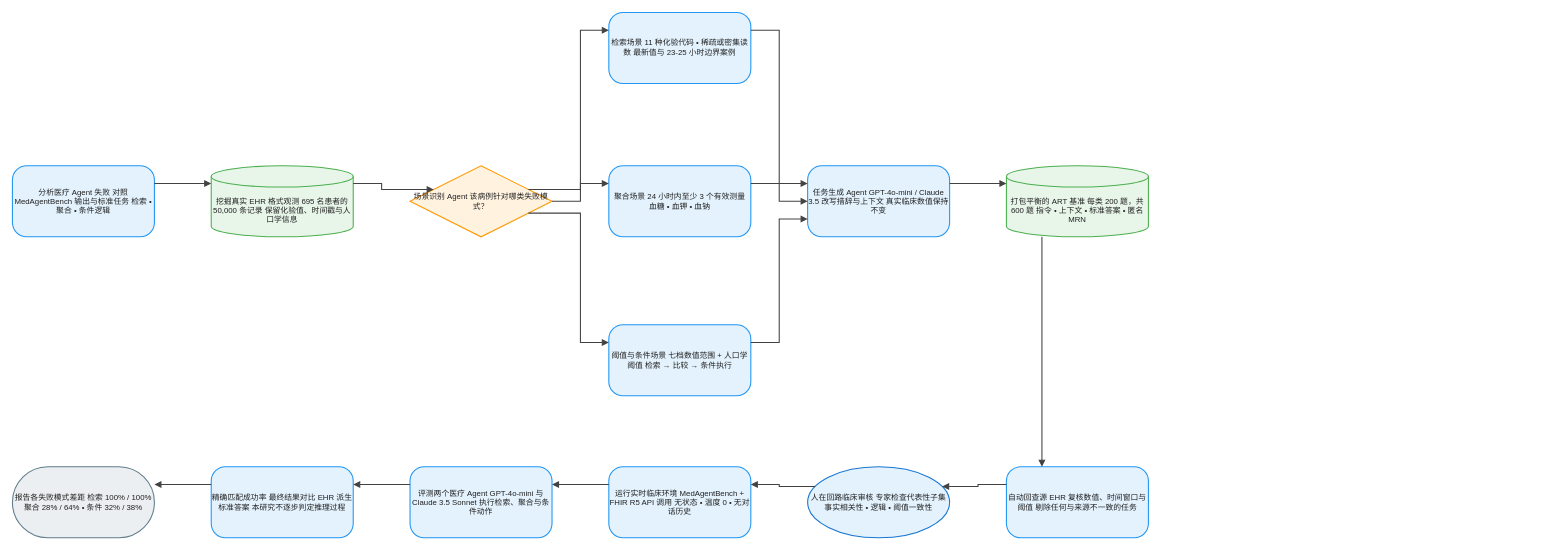
joe1chief/benchmark-hub keeps this draw.io diagram as client/public/drawio/ART/ART.zh.drawio. Above is the earlier version. Source tidied: cells renumbered, new cells numbered last; positions are measured from the earlier drawing's top-left corner, leaving out a move shared by most shapes. Both pictures are drawn from the tidied source at 71%, with x=0, y=0 at pixel (12, 12).
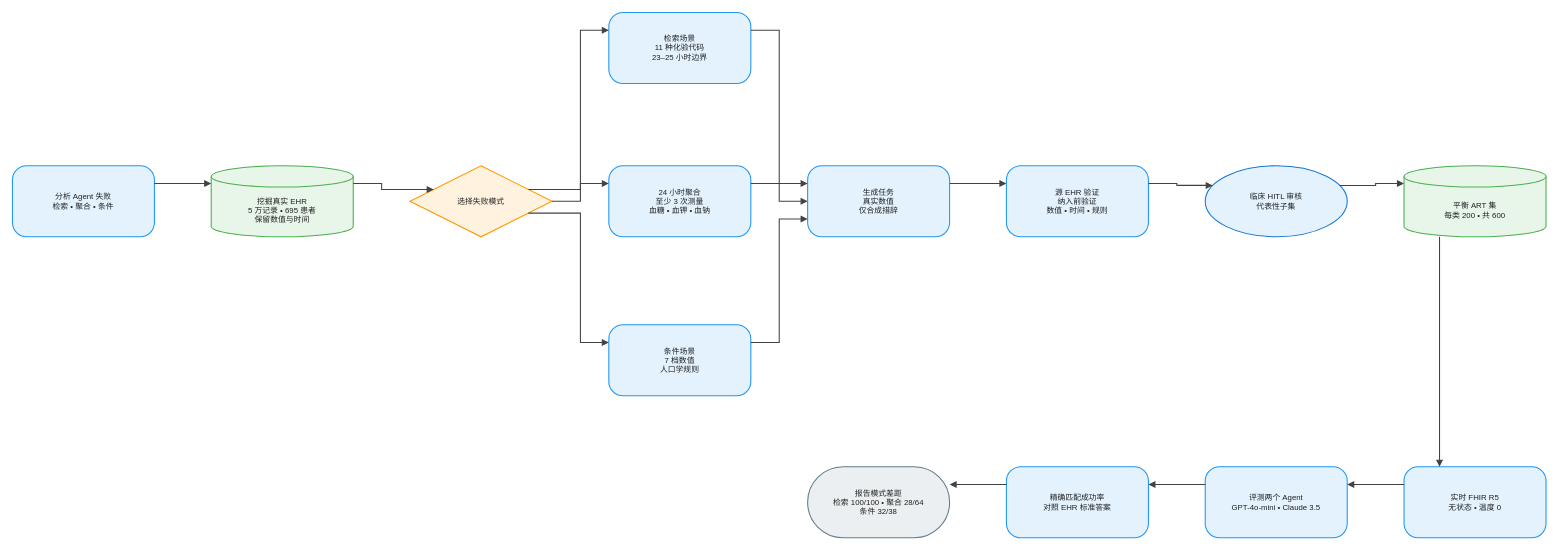
The same diagram, later.

What changed in the source:
```diff
@@
-    <mxCell id="2" value="分析医疗 Agent 失败 对照 MedAgentBench 输出与标准任务 检索 • 聚合 • 条件逻辑" style="rounded=1;arcSize=20;html=1;whiteSpace=wrap;fillColor=#E3F2FD;strokeColor=#2196F3;strokeWidth=1.5;fontColor=#212121;fontSize=11;fontFamily=Arial, Helvetica, sans-serif;verticalAlign=middle;align=center;" parent="1" vertex="1">
+    <mxCell id="2" value="分析 Agent 失败&#10;检索 • 聚合 • 条件" style="rounded=1;arcSize=20;html=0;convertToSvg=1;whiteSpace=wrap;fillColor=#E3F2FD;strokeColor=#2196F3;strokeWidth=1.5;fontColor=#212121;fontSize=11;fontFamily=Arial, Helvetica, sans-serif;verticalAlign=middle;align=center;" parent="1" vertex="1">
       <mxGeometry y="216" width="200" height="100" as="geometry" />
     </mxCell>
-    <mxCell id="3" value="挖掘真实 EHR 格式观测 695 名患者的 50,000 条记录 保留化验值、时间戳与人口学信息" style="shape=cylinder3;boundedLbl=1;backgroundOutline=1;size=15;html=1;whiteSpace=wrap;fillColor=#E8F5E9;strokeColor=#4CAF50;strokeWidth=1.5;fontColor=#212121;fontSize=11;fontFamily=Arial, Helvetica, sans-serif;verticalAlign=middle;align=center;" parent="1" vertex="1">
+    <mxCell id="3" value="挖掘真实 EHR&#10;5 万记录 • 695 患者&#10;保留数值与时间" style="shape=cylinder3;boundedLbl=1;backgroundOutline=1;size=15;html=0;convertToSvg=1;whiteSpace=wrap;fillColor=#E8F5E9;strokeColor=#4CAF50;strokeWidth=1.5;fontColor=#212121;fontSize=11;fontFamily=Arial, Helvetica, sans-serif;verticalAlign=middle;align=center;" parent="1" vertex="1">
       <mxGeometry x="280" y="216" width="200" height="100" as="geometry" />
     </mxCell>
-    <mxCell id="4" value="场景识别 Agent 该病例针对哪类失败模式？" style="rhombus;html=1;whiteSpace=wrap;fillColor=#FFF3E0;strokeColor=#FF9800;strokeWidth=1.5;fontColor=#212121;fontSize=11;fontFamily=Arial, Helvetica, sans-serif;verticalAlign=middle;align=center;" parent="1" vertex="1">
+    <mxCell id="4" value="选择失败模式" style="rhombus;html=0;convertToSvg=1;whiteSpace=wrap;fillColor=#FFF3E0;strokeColor=#FF9800;strokeWidth=1.5;fontColor=#212121;fontSize=11;fontFamily=Arial, Helvetica, sans-serif;verticalAlign=middle;align=center;" parent="1" vertex="1">
       <mxGeometry x="560" y="216" width="200" height="100" as="geometry" />
     </mxCell>
-    <mxCell id="5" value="检索场景 11 种化验代码 • 稀疏或密集读数 最新值与 23-25 小时边界案例" style="rounded=1;arcSize=20;html=1;whiteSpace=wrap;fillColor=#E3F2FD;strokeColor=#2196F3;strokeWidth=1.5;fontColor=#212121;fontSize=11;fontFamily=Arial, Helvetica, sans-serif;verticalAlign=middle;align=center;" parent="1" vertex="1">
+    <mxCell id="5" value="检索场景&#10;11 种化验代码&#10;23–25 小时边界" style="rounded=1;arcSize=20;html=0;convertToSvg=1;whiteSpace=wrap;fillColor=#E3F2FD;strokeColor=#2196F3;strokeWidth=1.5;fontColor=#212121;fontSize=11;fontFamily=Arial, Helvetica, sans-serif;verticalAlign=middle;align=center;" parent="1" vertex="1">
       <mxGeometry x="840" width="200" height="100" as="geometry" />
     </mxCell>
-    <mxCell id="6" value="聚合场景 24 小时内至少 3 个有效测量 血糖 • 血钾 • 血钠" style="rounded=1;arcSize=20;html=1;whiteSpace=wrap;fillColor=#E3F2FD;strokeColor=#2196F3;strokeWidth=1.5;fontColor=#212121;fontSize=11;fontFamily=Arial, Helvetica, sans-serif;verticalAlign=middle;align=center;" parent="1" vertex="1">
+    <mxCell id="6" value="24 小时聚合&#10;至少 3 次测量&#10;血糖 • 血钾 • 血钠" style="rounded=1;arcSize=20;html=0;convertToSvg=1;whiteSpace=wrap;fillColor=#E3F2FD;strokeColor=#2196F3;strokeWidth=1.5;fontColor=#212121;fontSize=11;fontFamily=Arial, Helvetica, sans-serif;verticalAlign=middle;align=center;" parent="1" vertex="1">
       <mxGeometry x="840" y="216" width="200" height="100" as="geometry" />
     </mxCell>
-    <mxCell id="7" value="阈值与条件场景 七档数值范围 + 人口学阈值 检索 → 比较 → 条件执行" style="rounded=1;arcSize=20;html=1;whiteSpace=wrap;fillColor=#E3F2FD;strokeColor=#2196F3;strokeWidth=1.5;fontColor=#212121;fontSize=11;fontFamily=Arial, Helvetica, sans-serif;verticalAlign=middle;align=center;" parent="1" vertex="1">
+    <mxCell id="7" value="条件场景&#10;7 档数值&#10;人口学规则" style="rounded=1;arcSize=20;html=0;convertToSvg=1;whiteSpace=wrap;fillColor=#E3F2FD;strokeColor=#2196F3;strokeWidth=1.5;fontColor=#212121;fontSize=11;fontFamily=Arial, Helvetica, sans-serif;verticalAlign=middle;align=center;" parent="1" vertex="1">
       <mxGeometry x="840" y="440" width="200" height="100" as="geometry" />
     </mxCell>
-    <mxCell id="8" value="任务生成 Agent GPT-4o-mini / Claude 3.5 改写措辞与上下文 真实临床数值保持不变" style="rounded=1;arcSize=20;html=1;whiteSpace=wrap;fillColor=#E3F2FD;strokeColor=#2196F3;strokeWidth=1.5;fontColor=#212121;fontSize=11;fontFamily=Arial, Helvetica, sans-serif;verticalAlign=middle;align=center;" parent="1" vertex="1">
+    <mxCell id="8" value="生成任务&#10;真实数值&#10;仅合成措辞" style="rounded=1;arcSize=20;html=0;convertToSvg=1;whiteSpace=wrap;fillColor=#E3F2FD;strokeColor=#2196F3;strokeWidth=1.5;fontColor=#212121;fontSize=11;fontFamily=Arial, Helvetica, sans-serif;verticalAlign=middle;align=center;" parent="1" vertex="1">
       <mxGeometry x="1120" y="216" width="200" height="100" as="geometry" />
     </mxCell>
-    <mxCell id="9" value="打包平衡的 ART 基准 每类 200 题，共 600 题 指令 • 上下文 • 标准答案 • 匿名 MRN" style="shape=cylinder3;boundedLbl=1;backgroundOutline=1;size=15;html=1;whiteSpace=wrap;fillColor=#E8F5E9;strokeColor=#4CAF50;strokeWidth=1.5;fontColor=#212121;fontSize=11;fontFamily=Arial, Helvetica, sans-serif;verticalAlign=middle;align=center;" parent="1" vertex="1">
-      <mxGeometry x="1400" y="216" width="200" height="100" as="geometry" />
+    <mxCell id="9" value="平衡 ART 集&#10;每类 200 • 共 600" style="shape=cylinder3;boundedLbl=1;backgroundOutline=1;size=15;html=0;convertToSvg=1;whiteSpace=wrap;fillColor=#E8F5E9;strokeColor=#4CAF50;strokeWidth=1.5;fontColor=#212121;fontSize=11;fontFamily=Arial, Helvetica, sans-serif;verticalAlign=middle;align=center;" parent="1" vertex="1">
+      <mxGeometry x="1960" y="216" width="200" height="100" as="geometry" />
     </mxCell>
-    <mxCell id="10" value="自动回查源 EHR 复核数值、时间窗口与阈值 剔除任何与来源不一致的任务" style="rounded=1;arcSize=20;html=1;whiteSpace=wrap;fillColor=#E3F2FD;strokeColor=#2196F3;strokeWidth=1.5;fontColor=#212121;fontSize=11;fontFamily=Arial, Helvetica, sans-serif;verticalAlign=middle;align=center;" parent="1" vertex="1">
-      <mxGeometry x="1400" y="640" width="200" height="100" as="geometry" />
+    <mxCell id="10" value="源 EHR 验证&#10;纳入前验证&#10;数值 • 时间 • 规则" style="rounded=1;arcSize=20;html=0;convertToSvg=1;whiteSpace=wrap;fillColor=#E3F2FD;strokeColor=#2196F3;strokeWidth=1.5;fontColor=#212121;fontSize=11;fontFamily=Arial, Helvetica, sans-serif;verticalAlign=middle;align=center;" parent="1" vertex="1">
+      <mxGeometry x="1400" y="216" width="200" height="100" as="geometry" />
     </mxCell>
-    <mxCell id="11" value="人在回路临床审核 专家检查代表性子集 事实相关性 • 逻辑 • 阈值一致性" style="ellipse;html=1;whiteSpace=wrap;fillColor=#E3F2FD;strokeColor=#1976D2;strokeWidth=1.5;fontColor=#212121;fontSize=11;fontFamily=Arial, Helvetica, sans-serif;verticalAlign=middle;align=center;" parent="1" vertex="1">
-      <mxGeometry x="1120" y="640" width="200" height="100" as="geometry" />
+    <mxCell id="11" value="临床 HITL 审核&#10;代表性子集" style="ellipse;html=0;convertToSvg=1;whiteSpace=wrap;fillColor=#E3F2FD;strokeColor=#1976D2;strokeWidth=1.5;fontColor=#212121;fontSize=11;fontFamily=Arial, Helvetica, sans-serif;verticalAlign=middle;align=center;" parent="1" vertex="1">
+      <mxGeometry x="1680" y="216" width="200" height="100" as="geometry" />
     </mxCell>
-    <mxCell id="12" value="运行实时临床环境 MedAgentBench + FHIR R5 API 调用 无状态 • 温度 0 • 无对话历史" style="rounded=1;arcSize=20;html=1;whiteSpace=wrap;fillColor=#E3F2FD;strokeColor=#2196F3;strokeWidth=1.5;fontColor=#212121;fontSize=11;fontFamily=Arial, Helvetica, sans-serif;verticalAlign=middle;align=center;" parent="1" vertex="1">
-      <mxGeometry x="840" y="640" width="200" height="100" as="geometry" />
+    <mxCell id="12" value="实时 FHIR R5&#10;无状态 • 温度 0" style="rounded=1;arcSize=20;html=0;convertToSvg=1;whiteSpace=wrap;fillColor=#E3F2FD;strokeColor=#2196F3;strokeWidth=1.5;fontColor=#212121;fontSize=11;fontFamily=Arial, Helvetica, sans-serif;verticalAlign=middle;align=center;" parent="1" vertex="1">
+      <mxGeometry x="1960" y="640" width="200" height="100" as="geometry" />
     </mxCell>
-    <mxCell id="13" value="评测两个医疗 Agent GPT-4o-mini 与 Claude 3.5 Sonnet 执行检索、聚合与条件动作" style="rounded=1;arcSize=20;html=1;whiteSpace=wrap;fillColor=#E3F2FD;strokeColor=#2196F3;strokeWidth=1.5;fontColor=#212121;fontSize=11;fontFamily=Arial, Helvetica, sans-serif;verticalAlign=middle;align=center;" parent="1" vertex="1">
-      <mxGeometry x="560" y="640" width="200" height="100" as="geometry" />
+    <mxCell id="13" value="评测两个 Agent&#10;GPT-4o-mini • Claude 3.5" style="rounded=1;arcSize=20;html=0;convertToSvg=1;whiteSpace=wrap;fillColor=#E3F2FD;strokeColor=#2196F3;strokeWidth=1.5;fontColor=#212121;fontSize=11;fontFamily=Arial, Helvetica, sans-serif;verticalAlign=middle;align=center;" parent="1" vertex="1">
+      <mxGeometry x="1680" y="640" width="200" height="100" as="geometry" />
     </mxCell>
-    <mxCell id="14" value="精确匹配成功率 最终结果对比 EHR 派生标准答案 本研究不逐步判定推理过程" style="rounded=1;arcSize=20;html=1;whiteSpace=wrap;fillColor=#E3F2FD;strokeColor=#2196F3;strokeWidth=1.5;fontColor=#212121;fontSize=11;fontFamily=Arial, Helvetica, sans-serif;verticalAlign=middle;align=center;" parent="1" vertex="1">
-      <mxGeometry x="280" y="640" width="200" height="100" as="geometry" />
+    <mxCell id="14" value="精确匹配成功率&#10;对照 EHR 标准答案" style="rounded=1;arcSize=20;html=0;convertToSvg=1;whiteSpace=wrap;fillColor=#E3F2FD;strokeColor=#2196F3;strokeWidth=1.5;fontColor=#212121;fontSize=11;fontFamily=Arial, Helvetica, sans-serif;verticalAlign=middle;align=center;" parent="1" vertex="1">
+      <mxGeometry x="1400" y="640" width="200" height="100" as="geometry" />
     </mxCell>
-    <mxCell id="15" value="报告各失败模式差距 检索 100% / 100% 聚合 28% / 64% • 条件 32% / 38%" style="rounded=1;arcSize=50;html=1;whiteSpace=wrap;fillColor=#ECEFF1;strokeColor=#607D8B;strokeWidth=1.5;fontColor=#212121;fontSize=11;fontFamily=Arial, Helvetica, sans-serif;verticalAlign=middle;align=center;" parent="1" vertex="1">
-      <mxGeometry y="640" width="200" height="100" as="geometry" />
+    <mxCell id="15" value="报告模式差距&#10;检索 100/100 • 聚合 28/64&#10;条件 32/38" style="rounded=1;arcSize=50;html=0;convertToSvg=1;whiteSpace=wrap;fillColor=#ECEFF1;strokeColor=#607D8B;strokeWidth=1.5;fontColor=#212121;fontSize=11;fontFamily=Arial, Helvetica, sans-serif;verticalAlign=middle;align=center;" parent="1" vertex="1">
+      <mxGeometry x="1120" y="640" width="200" height="100" as="geometry" />
     </mxCell>
-    <mxCell id="16" style="edgeStyle=orthogonalEdgeStyle;rounded=0;jettySize=auto;html=1;strokeColor=#424242;strokeWidth=1.5;endArrow=block;endFill=1;exitX=1;exitY=0.25;exitDx=0;exitDy=0;entryX=0;entryY=0.25;entryDx=0;entryDy=0;jumpStyle=arc;jumpSize=8;" parent="1" edge="1" source="2" target="3">
+    <mxCell id="16" style="edgeStyle=orthogonalEdgeStyle;rounded=0;jettySize=auto;html=0;convertToSvg=1;strokeColor=#424242;strokeWidth=1.5;endArrow=block;endFill=1;exitX=1;exitY=0.25;exitDx=0;exitDy=0;entryX=0;entryY=0.25;entryDx=0;entryDy=0;jumpStyle=arc;jumpSize=8;" parent="1" edge="1" source="2" target="3">
       <mxGeometry relative="1" as="geometry" />
     </mxCell>
-    <mxCell id="17" style="edgeStyle=orthogonalEdgeStyle;rounded=0;jettySize=auto;html=1;strokeColor=#424242;strokeWidth=1.5;endArrow=block;endFill=1;exitX=1;exitY=0.25;exitDx=0;exitDy=0;entryX=0;entryY=0.25;entryDx=0;entryDy=0;jumpStyle=arc;jumpSize=8;" parent="1" edge="1" source="3" target="4">
+    <mxCell id="17" style="edgeStyle=orthogonalEdgeStyle;rounded=0;jettySize=auto;html=0;convertToSvg=1;strokeColor=#424242;strokeWidth=1.5;endArrow=block;endFill=1;exitX=1;exitY=0.25;exitDx=0;exitDy=0;entryX=0;entryY=0.25;entryDx=0;entryDy=0;jumpStyle=arc;jumpSize=8;" parent="1" edge="1" source="3" target="4">
       <mxGeometry relative="1" as="geometry" />
     </mxCell>
-    <mxCell id="18" style="edgeStyle=orthogonalEdgeStyle;rounded=0;jettySize=auto;html=1;strokeColor=#424242;strokeWidth=1.5;endArrow=block;endFill=1;exitX=1;exitY=0.25;exitDx=0;exitDy=0;entryX=0;entryY=0.25;entryDx=0;entryDy=0;jumpStyle=arc;jumpSize=8;" parent="1" edge="1" source="4" target="5">
+    <mxCell id="18" style="edgeStyle=orthogonalEdgeStyle;rounded=0;jettySize=auto;html=0;convertToSvg=1;strokeColor=#424242;strokeWidth=1.5;endArrow=block;endFill=1;exitX=1;exitY=0.25;exitDx=0;exitDy=0;entryX=0;entryY=0.25;entryDx=0;entryDy=0;jumpStyle=arc;jumpSize=8;" parent="1" edge="1" source="4" target="5">
       <mxGeometry relative="1" as="geometry" />
     </mxCell>
-    <mxCell id="19" style="edgeStyle=orthogonalEdgeStyle;rounded=0;jettySize=auto;html=1;strokeColor=#424242;strokeWidth=1.5;endArrow=block;endFill=1;exitX=1;exitY=0.5;exitDx=0;exitDy=0;entryX=0;entryY=0.25;entryDx=0;entryDy=0;jumpStyle=arc;jumpSize=8;" parent="1" edge="1" source="4" target="6">
+    <mxCell id="19" style="edgeStyle=orthogonalEdgeStyle;rounded=0;jettySize=auto;html=0;convertToSvg=1;strokeColor=#424242;strokeWidth=1.5;endArrow=block;endFill=1;exitX=1;exitY=0.5;exitDx=0;exitDy=0;entryX=0;entryY=0.25;entryDx=0;entryDy=0;jumpStyle=arc;jumpSize=8;" parent="1" edge="1" source="4" target="6">
       <mxGeometry relative="1" as="geometry" />
     </mxCell>
-    <mxCell id="20" style="edgeStyle=orthogonalEdgeStyle;rounded=0;jettySize=auto;html=1;strokeColor=#424242;strokeWidth=1.5;endArrow=block;endFill=1;exitX=1;exitY=0.75;exitDx=0;exitDy=0;entryX=0;entryY=0.25;entryDx=0;entryDy=0;jumpStyle=arc;jumpSize=8;" parent="1" edge="1" source="4" target="7">
+    <mxCell id="20" style="edgeStyle=orthogonalEdgeStyle;rounded=0;jettySize=auto;html=0;convertToSvg=1;strokeColor=#424242;strokeWidth=1.5;endArrow=block;endFill=1;exitX=1;exitY=0.75;exitDx=0;exitDy=0;entryX=0;entryY=0.25;entryDx=0;entryDy=0;jumpStyle=arc;jumpSize=8;" parent="1" edge="1" source="4" target="7">
       <mxGeometry relative="1" as="geometry" />
     </mxCell>
-    <mxCell id="21" style="edgeStyle=orthogonalEdgeStyle;rounded=0;jettySize=auto;html=1;strokeColor=#424242;strokeWidth=1.5;endArrow=block;endFill=1;exitX=1;exitY=0.25;exitDx=0;exitDy=0;entryX=0;entryY=0.25;entryDx=0;entryDy=0;jumpStyle=arc;jumpSize=8;" parent="1" edge="1" source="5" target="8">
+    <mxCell id="21" style="edgeStyle=orthogonalEdgeStyle;rounded=0;jettySize=auto;html=0;convertToSvg=1;strokeColor=#424242;strokeWidth=1.5;endArrow=block;endFill=1;exitX=1;exitY=0.25;exitDx=0;exitDy=0;entryX=0;entryY=0.25;entryDx=0;entryDy=0;jumpStyle=arc;jumpSize=8;" parent="1" edge="1" source="5" target="8">
       <mxGeometry relative="1" as="geometry" />
     </mxCell>
-    <mxCell id="22" style="edgeStyle=orthogonalEdgeStyle;rounded=0;jettySize=auto;html=1;strokeColor=#424242;strokeWidth=1.5;endArrow=block;endFill=1;exitX=1;exitY=0.25;exitDx=0;exitDy=0;entryX=0;entryY=0.5;entryDx=0;entryDy=0;jumpStyle=arc;jumpSize=8;" parent="1" edge="1" source="6" target="8">
+    <mxCell id="22" style="edgeStyle=orthogonalEdgeStyle;rounded=0;jettySize=auto;html=0;convertToSvg=1;strokeColor=#424242;strokeWidth=1.5;endArrow=block;endFill=1;exitX=1;exitY=0.25;exitDx=0;exitDy=0;entryX=0;entryY=0.5;entryDx=0;entryDy=0;jumpStyle=arc;jumpSize=8;" parent="1" edge="1" source="6" target="8">
       <mxGeometry relative="1" as="geometry" />
     </mxCell>
-    <mxCell id="23" style="edgeStyle=orthogonalEdgeStyle;rounded=0;jettySize=auto;html=1;strokeColor=#424242;strokeWidth=1.5;endArrow=block;endFill=1;exitX=1;exitY=0.25;exitDx=0;exitDy=0;entryX=0;entryY=0.75;entryDx=0;entryDy=0;jumpStyle=arc;jumpSize=8;" parent="1" edge="1" source="7" target="8">
+    <mxCell id="23" style="edgeStyle=orthogonalEdgeStyle;rounded=0;jettySize=auto;html=0;convertToSvg=1;strokeColor=#424242;strokeWidth=1.5;endArrow=block;endFill=1;exitX=1;exitY=0.25;exitDx=0;exitDy=0;entryX=0;entryY=0.75;entryDx=0;entryDy=0;jumpStyle=arc;jumpSize=8;" parent="1" edge="1" source="7" target="8">
       <mxGeometry relative="1" as="geometry" />
     </mxCell>
-    <mxCell id="24" style="edgeStyle=orthogonalEdgeStyle;rounded=0;jettySize=auto;html=1;strokeColor=#424242;strokeWidth=1.5;endArrow=block;endFill=1;exitX=1;exitY=0.25;exitDx=0;exitDy=0;entryX=0;entryY=0.25;entryDx=0;entryDy=0;jumpStyle=arc;jumpSize=8;" parent="1" edge="1" source="8" target="9">
+    <mxCell id="24" style="edgeStyle=orthogonalEdgeStyle;rounded=0;jettySize=auto;html=0;convertToSvg=1;strokeColor=#424242;strokeWidth=1.5;endArrow=block;endFill=1;exitX=1;exitY=0.25;exitDx=0;exitDy=0;entryX=0;entryY=0.25;entryDx=0;entryDy=0;jumpStyle=arc;jumpSize=8;" parent="1" edge="1" source="8" target="10">
       <mxGeometry relative="1" as="geometry" />
     </mxCell>
-    <mxCell id="25" style="edgeStyle=orthogonalEdgeStyle;rounded=0;jettySize=auto;html=1;strokeColor=#424242;strokeWidth=1.5;endArrow=block;endFill=1;exitX=0.25;exitY=1;exitDx=0;exitDy=0;entryX=0.25;entryY=0;entryDx=0;entryDy=0;jumpStyle=arc;jumpSize=8;" parent="1" edge="1" source="9" target="10">
+    <mxCell id="25" style="edgeStyle=orthogonalEdgeStyle;rounded=0;jettySize=auto;html=0;convertToSvg=1;strokeColor=#424242;strokeWidth=1.5;endArrow=block;endFill=1;exitX=1;exitY=0.25;exitDx=0;exitDy=0;entryX=0;entryY=0.25;entryDx=0;entryDy=0;jumpStyle=arc;jumpSize=8;" parent="1" edge="1" source="10" target="11">
       <mxGeometry relative="1" as="geometry" />
     </mxCell>
-    <mxCell id="26" style="edgeStyle=orthogonalEdgeStyle;rounded=0;jettySize=auto;html=1;strokeColor=#424242;strokeWidth=1.5;endArrow=block;endFill=1;exitX=0;exitY=0.25;exitDx=0;exitDy=0;entryX=1;entryY=0.25;entryDx=0;entryDy=0;jumpStyle=arc;jumpSize=8;" parent="1" edge="1" source="10" target="11">
+    <mxCell id="26" style="edgeStyle=orthogonalEdgeStyle;rounded=0;jettySize=auto;html=0;convertToSvg=1;strokeColor=#424242;strokeWidth=1.5;endArrow=block;endFill=1;exitX=1;exitY=0.25;exitDx=0;exitDy=0;entryX=0;entryY=0.25;entryDx=0;entryDy=0;jumpStyle=arc;jumpSize=8;" parent="1" edge="1" source="11" target="9">
       <mxGeometry relative="1" as="geometry" />
     </mxCell>
-    <mxCell id="27" style="edgeStyle=orthogonalEdgeStyle;rounded=0;jettySize=auto;html=1;strokeColor=#424242;strokeWidth=1.5;endArrow=block;endFill=1;exitX=0;exitY=0.25;exitDx=0;exitDy=0;entryX=1;entryY=0.25;entryDx=0;entryDy=0;jumpStyle=arc;jumpSize=8;" parent="1" edge="1" source="11" target="12">
+    <mxCell id="27" style="edgeStyle=orthogonalEdgeStyle;rounded=0;jettySize=auto;html=0;convertToSvg=1;strokeColor=#424242;strokeWidth=1.5;endArrow=block;endFill=1;exitX=0.25;exitY=1;exitDx=0;exitDy=0;entryX=0.25;entryY=0;entryDx=0;entryDy=0;jumpStyle=arc;jumpSize=8;" parent="1" edge="1" source="9" target="12">
       <mxGeometry relative="1" as="geometry" />
     </mxCell>
-    <mxCell id="28" style="edgeStyle=orthogonalEdgeStyle;rounded=0;jettySize=auto;html=1;strokeColor=#424242;strokeWidth=1.5;endArrow=block;endFill=1;exitX=0;exitY=0.25;exitDx=0;exitDy=0;entryX=1;entryY=0.25;entryDx=0;entryDy=0;jumpStyle=arc;jumpSize=8;" parent="1" edge="1" source="12" target="13">
+    <mxCell id="28" style="edgeStyle=orthogonalEdgeStyle;rounded=0;jettySize=auto;html=0;convertToSvg=1;strokeColor=#424242;strokeWidth=1.5;endArrow=block;endFill=1;exitX=0;exitY=0.25;exitDx=0;exitDy=0;entryX=1;entryY=0.25;entryDx=0;entryDy=0;jumpStyle=arc;jumpSize=8;" parent="1" edge="1" source="12" target="13">
       <mxGeometry relative="1" as="geometry" />
     </mxCell>
-    <mxCell id="29" style="edgeStyle=orthogonalEdgeStyle;rounded=0;jettySize=auto;html=1;strokeColor=#424242;strokeWidth=1.5;endArrow=block;endFill=1;exitX=0;exitY=0.25;exitDx=0;exitDy=0;entryX=1;entryY=0.25;entryDx=0;entryDy=0;jumpStyle=arc;jumpSize=8;" parent="1" edge="1" source="13" target="14">
+    <mxCell id="29" style="edgeStyle=orthogonalEdgeStyle;rounded=0;jettySize=auto;html=0;convertToSvg=1;strokeColor=#424242;strokeWidth=1.5;endArrow=block;endFill=1;exitX=0;exitY=0.25;exitDx=0;exitDy=0;entryX=1;entryY=0.25;entryDx=0;entryDy=0;jumpStyle=arc;jumpSize=8;" parent="1" edge="1" source="13" target="14">
       <mxGeometry relative="1" as="geometry" />
     </mxCell>
-    <mxCell id="30" style="edgeStyle=orthogonalEdgeStyle;rounded=0;jettySize=auto;html=1;strokeColor=#424242;strokeWidth=1.5;endArrow=block;endFill=1;exitX=0;exitY=0.25;exitDx=0;exitDy=0;entryX=1;entryY=0.25;entryDx=0;entryDy=0;jumpStyle=arc;jumpSize=8;" parent="1" edge="1" source="14" target="15">
+    <mxCell id="30" style="edgeStyle=orthogonalEdgeStyle;rounded=0;jettySize=auto;html=0;convertToSvg=1;strokeColor=#424242;strokeWidth=1.5;endArrow=block;endFill=1;exitX=0;exitY=0.25;exitDx=0;exitDy=0;entryX=1;entryY=0.25;entryDx=0;entryDy=0;jumpStyle=arc;jumpSize=8;" parent="1" edge="1" source="14" target="15">
       <mxGeometry relative="1" as="geometry" />
     </mxCell>
```
